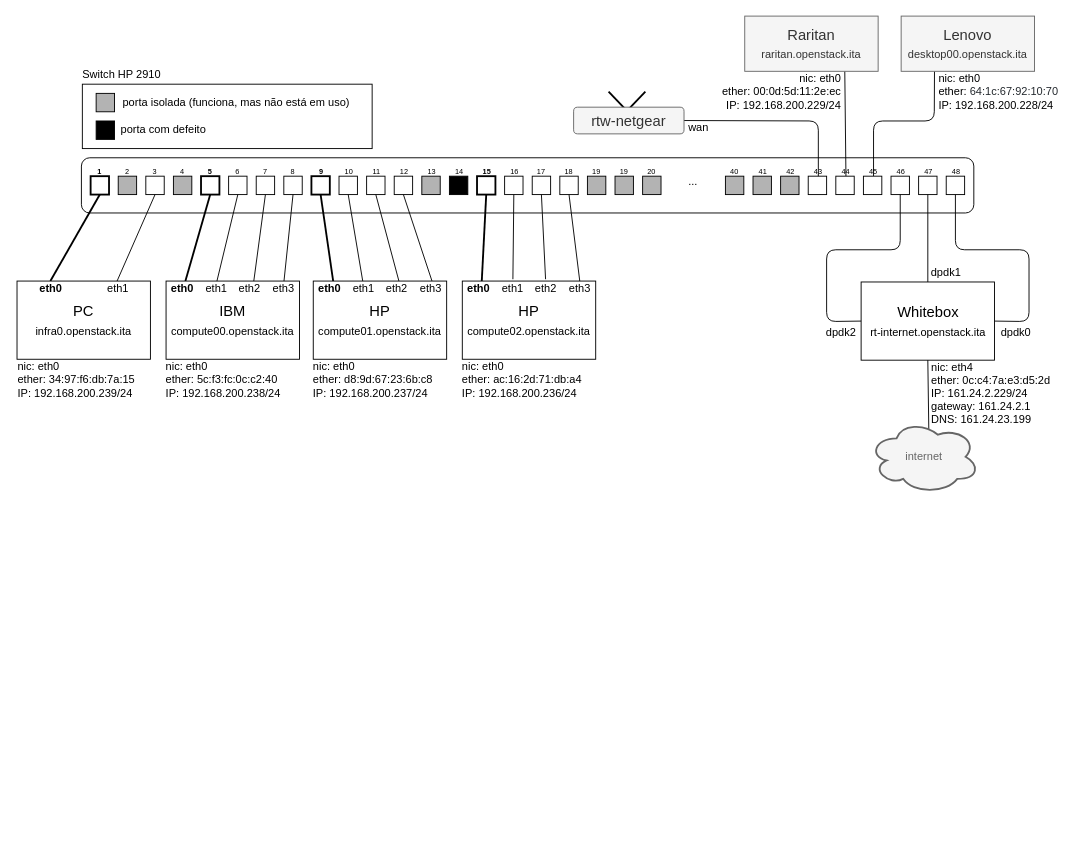
This is topology/Openstack_Cloud.drawio from emersonbarea/Openstack_Cloud, a draw.io file, before an edit. Source tidied: cells renumbered, new cells numbered last; positions are measured from the earlier drawing's top-left corner, leaving out a move shared by most shapes. Both pictures are drawn from the tidied source at 92%, with x=0, y=0 at pixel (16, 16).
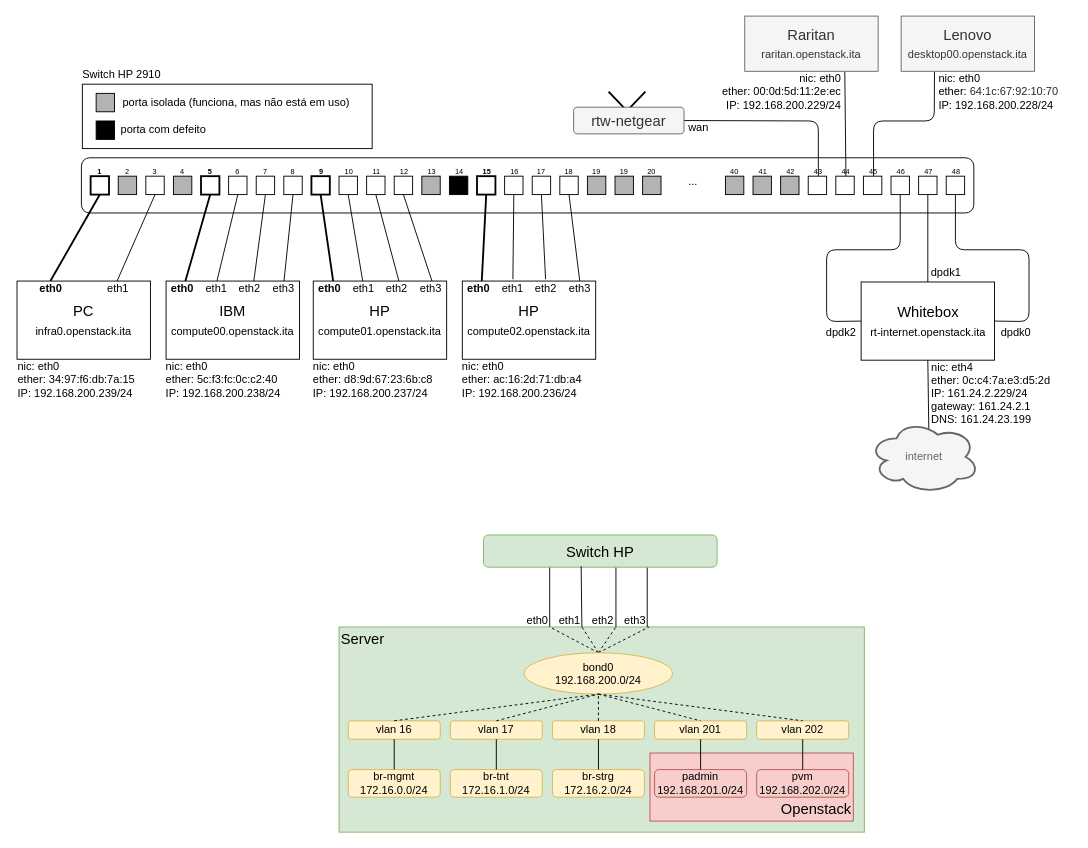
The same diagram, later.

What changed in the source:
```diff
@@
+    <mxCell id="128" style="rounded=0;whiteSpace=wrap;html=1;fontSize=16;fillColor=#d5e8d4;strokeColor=#82b366;" parent="1" vertex="1">
+      <mxGeometry x="351" y="664" width="571" height="223" as="geometry" />
+    </mxCell>
+    <mxCell id="129" value="eth1" style="text;html=1;strokeColor=none;fillColor=none;align=center;verticalAlign=middle;whiteSpace=wrap;rounded=0;fontSize=12;fontColor=#000000;" parent="1" vertex="1">
+      <mxGeometry x="582" y="647" width="40" height="20" as="geometry" />
+    </mxCell>
+    <mxCell id="130" value="eth0" style="text;html=1;strokeColor=none;fillColor=none;align=center;verticalAlign=middle;whiteSpace=wrap;rounded=0;fontSize=12;fontColor=#000000;fontStyle=0;" parent="1" vertex="1">
+      <mxGeometry x="547" y="647" width="40" height="20" as="geometry" />
+    </mxCell>
+    <mxCell id="131" value="eth2" style="text;html=1;strokeColor=none;fillColor=none;align=center;verticalAlign=middle;whiteSpace=wrap;rounded=0;fontSize=12;fontColor=#000000;" parent="1" vertex="1">
+      <mxGeometry x="618" y="647" width="40" height="20" as="geometry" />
+    </mxCell>
+    <mxCell id="132" value="eth3" style="text;html=1;strokeColor=none;fillColor=none;align=center;verticalAlign=middle;whiteSpace=wrap;rounded=0;fontSize=12;fontColor=#000000;" parent="1" vertex="1">
+      <mxGeometry x="653" y="647" width="40" height="20" as="geometry" />
+    </mxCell>
+    <mxCell id="133" style="endArrow=none;dashed=1;html=1;fontSize=16;exitX=0.5;exitY=0;exitDx=0;exitDy=0;" parent="1" edge="1" source="137">
+      <mxGeometry relative="1" as="geometry">
+        <mxPoint x="580" y="664" as="targetPoint" />
+      </mxGeometry>
+    </mxCell>
+    <mxCell id="134" style="endArrow=none;dashed=1;html=1;fontSize=16;exitX=0.5;exitY=0;exitDx=0;exitDy=0;" parent="1" edge="1" source="137">
+      <mxGeometry relative="1" as="geometry">
+        <mxPoint x="615" y="664" as="targetPoint" />
+      </mxGeometry>
+    </mxCell>
+    <mxCell id="135" style="endArrow=none;dashed=1;html=1;fontSize=16;exitX=0.5;exitY=0;exitDx=0;exitDy=0;" parent="1" edge="1" source="137">
+      <mxGeometry relative="1" as="geometry">
+        <mxPoint x="652" y="664" as="targetPoint" />
+      </mxGeometry>
+    </mxCell>
+    <mxCell id="136" style="endArrow=none;dashed=1;html=1;fontSize=16;exitX=0.5;exitY=0;exitDx=0;exitDy=0;" parent="1" edge="1" source="137">
+      <mxGeometry relative="1" as="geometry">
+        <mxPoint x="688" y="664" as="targetPoint" />
+      </mxGeometry>
+    </mxCell>
+    <mxCell id="137" value="bond0&lt;br&gt;192.168.200.0/24" style="ellipse;whiteSpace=wrap;html=1;fillColor=#fff2cc;strokeColor=#d6b656;" parent="1" vertex="1">
+      <mxGeometry x="552.2" y="692" width="161.5" height="45" as="geometry" />
+    </mxCell>
+    <mxCell id="138" style="endArrow=none;html=1;" parent="1" edge="1">
+      <mxGeometry relative="1" as="geometry">
+        <mxPoint x="580" y="664" as="sourcePoint" />
+        <mxPoint x="580" y="564" as="targetPoint" />
+      </mxGeometry>
+    </mxCell>
+    <mxCell id="139" style="endArrow=none;html=1;" parent="1" edge="1" source="150">
+      <mxGeometry relative="1" as="geometry">
+        <mxPoint x="615" y="564" as="targetPoint" />
+      </mxGeometry>
+    </mxCell>
+    <mxCell id="140" style="endArrow=none;html=1;" parent="1" edge="1">
+      <mxGeometry relative="1" as="geometry">
+        <mxPoint x="652" y="664" as="sourcePoint" />
+        <mxPoint x="652" y="564" as="targetPoint" />
+      </mxGeometry>
+    </mxCell>
+    <mxCell id="141" style="endArrow=none;html=1;" parent="1" edge="1">
+      <mxGeometry relative="1" as="geometry">
+        <mxPoint x="686" y="664" as="sourcePoint" />
+        <mxPoint x="686" y="564" as="targetPoint" />
+      </mxGeometry>
+    </mxCell>
+    <mxCell id="142" value="vlan 16" style="rounded=1;whiteSpace=wrap;html=1;fontSize=12;fillColor=#fff2cc;strokeColor=#d6b656;" parent="1" vertex="1">
+      <mxGeometry x="361" y="766" width="100" height="20" as="geometry" />
+    </mxCell>
+    <mxCell id="143" value="vlan 17" style="rounded=1;whiteSpace=wrap;html=1;fontSize=12;fillColor=#fff2cc;strokeColor=#d6b656;" parent="1" vertex="1">
+      <mxGeometry x="472" y="766" width="100" height="20" as="geometry" />
+    </mxCell>
+    <mxCell id="144" value="vlan 18" style="rounded=1;whiteSpace=wrap;html=1;fontSize=12;fillColor=#fff2cc;strokeColor=#d6b656;" parent="1" vertex="1">
+      <mxGeometry x="583" y="766" width="100" height="20" as="geometry" />
+    </mxCell>
+    <mxCell id="145" value="vlan 201" style="rounded=1;whiteSpace=wrap;html=1;fontSize=12;fillColor=#fff2cc;strokeColor=#d6b656;" parent="1" vertex="1">
+      <mxGeometry x="694" y="766" width="100" height="20" as="geometry" />
+    </mxCell>
+    <mxCell id="146" style="endArrow=none;dashed=1;html=1;fontSize=16;exitX=0.5;exitY=0;exitDx=0;exitDy=0;entryX=0.5;entryY=1;entryDx=0;entryDy=0;" parent="1" edge="1" source="142" target="137">
+      <mxGeometry relative="1" as="geometry" />
+    </mxCell>
+    <mxCell id="147" style="endArrow=none;dashed=1;html=1;fontSize=16;exitX=0.5;exitY=0;exitDx=0;exitDy=0;entryX=0.5;entryY=1;entryDx=0;entryDy=0;" parent="1" edge="1" source="143" target="137">
+      <mxGeometry relative="1" as="geometry" />
+    </mxCell>
+    <mxCell id="148" style="endArrow=none;dashed=1;html=1;fontSize=16;exitX=0.5;exitY=0;exitDx=0;exitDy=0;entryX=0.5;entryY=1;entryDx=0;entryDy=0;" parent="1" edge="1" source="144" target="137">
+      <mxGeometry relative="1" as="geometry" />
+    </mxCell>
+    <mxCell id="149" style="endArrow=none;dashed=1;html=1;fontSize=16;exitX=0.5;exitY=1;exitDx=0;exitDy=0;entryX=0.5;entryY=0;entryDx=0;entryDy=0;" parent="1" edge="1" source="137" target="145">
+      <mxGeometry relative="1" as="geometry" />
+    </mxCell>
+    <mxCell id="150" value="Switch HP" style="rounded=1;whiteSpace=wrap;html=1;fontSize=16;fillColor=#d5e8d4;strokeColor=#82b366;" parent="1" vertex="1">
+      <mxGeometry x="508" y="564" width="254" height="35" as="geometry" />
+    </mxCell>
+    <mxCell id="151" style="endArrow=none;html=1;entryX=0.418;entryY=0.971;entryDx=0;entryDy=0;entryPerimeter=0;" parent="1" edge="1" target="150">
+      <mxGeometry relative="1" as="geometry">
+        <mxPoint x="615" y="664" as="sourcePoint" />
+      </mxGeometry>
+    </mxCell>
+    <mxCell id="152" value="Server" style="text;html=1;strokeColor=none;fillColor=none;align=center;verticalAlign=middle;whiteSpace=wrap;rounded=0;fontSize=16;" parent="1" vertex="1">
+      <mxGeometry x="357" y="667" width="40" height="20" as="geometry" />
+    </mxCell>
+    <mxCell id="153" value="br-mgmt&lt;br&gt;172.16.0.0/24" style="rounded=1;whiteSpace=wrap;html=1;fontSize=12;fillColor=#fff2cc;strokeColor=#d6b656;" parent="1" vertex="1">
+      <mxGeometry x="361" y="819" width="100" height="30" as="geometry" />
+    </mxCell>
+    <mxCell id="154" value="br-tnt&lt;br&gt;172.16.1.0/24" style="rounded=1;whiteSpace=wrap;html=1;fontSize=12;fillColor=#fff2cc;strokeColor=#d6b656;" parent="1" vertex="1">
+      <mxGeometry x="472" y="819" width="100" height="30" as="geometry" />
+    </mxCell>
+    <mxCell id="155" value="vlan 202" style="rounded=1;whiteSpace=wrap;html=1;fontSize=12;fillColor=#fff2cc;strokeColor=#d6b656;" parent="1" vertex="1">
+      <mxGeometry x="805" y="766" width="100" height="20" as="geometry" />
+    </mxCell>
+    <mxCell id="156" style="endArrow=none;dashed=1;html=1;fontSize=16;exitX=0.5;exitY=1;exitDx=0;exitDy=0;entryX=0.5;entryY=0;entryDx=0;entryDy=0;" parent="1" edge="1" source="137" target="155">
+      <mxGeometry relative="1" as="geometry" />
+    </mxCell>
+    <mxCell id="157" value="br-strg&lt;br&gt;172.16.2.0/24" style="rounded=1;whiteSpace=wrap;html=1;fontSize=12;fillColor=#fff2cc;strokeColor=#d6b656;" parent="1" vertex="1">
+      <mxGeometry x="583" y="819" width="100" height="30" as="geometry" />
+    </mxCell>
+    <mxCell id="158" style="endArrow=none;html=1;fontSize=16;entryX=0.5;entryY=1;entryDx=0;entryDy=0;exitX=0.5;exitY=0;exitDx=0;exitDy=0;" parent="1" edge="1" source="153" target="142">
+      <mxGeometry relative="1" as="geometry" />
+    </mxCell>
+    <mxCell id="159" style="endArrow=none;html=1;fontSize=16;entryX=0.5;entryY=1;entryDx=0;entryDy=0;exitX=0.5;exitY=0;exitDx=0;exitDy=0;" parent="1" edge="1" source="154" target="143">
+      <mxGeometry relative="1" as="geometry" />
+    </mxCell>
+    <mxCell id="160" style="endArrow=none;html=1;fontSize=16;entryX=0.5;entryY=1;entryDx=0;entryDy=0;" parent="1" edge="1" source="157" target="144">
+      <mxGeometry relative="1" as="geometry" />
+    </mxCell>
+    <mxCell id="161" style="rounded=0;whiteSpace=wrap;html=1;fontSize=16;fillColor=#f8cecc;strokeColor=#b85450;" parent="1" vertex="1">
+      <mxGeometry x="689" y="801" width="221" height="74" as="geometry" />
+    </mxCell>
+    <mxCell id="162" value="padmin&lt;br&gt;192.168.201.0/24" style="rounded=1;whiteSpace=wrap;html=1;fontSize=12;fillColor=#f8cecc;strokeColor=#b85450;" parent="1" vertex="1">
+      <mxGeometry x="694" y="819" width="100" height="30" as="geometry" />
+    </mxCell>
+    <mxCell id="163" value="pvm&lt;br&gt;192.168.202.0/24" style="rounded=1;whiteSpace=wrap;html=1;fontSize=12;fillColor=#f8cecc;strokeColor=#b85450;" parent="1" vertex="1">
+      <mxGeometry x="805" y="819" width="100" height="30" as="geometry" />
+    </mxCell>
+    <mxCell id="164" value="Openstack" style="text;html=1;strokeColor=none;fillColor=none;align=center;verticalAlign=middle;whiteSpace=wrap;rounded=0;fontSize=16;" parent="1" vertex="1">
+      <mxGeometry x="850" y="852" width="40" height="20" as="geometry" />
+    </mxCell>
+    <mxCell id="165" style="endArrow=none;html=1;fontSize=16;entryX=0.5;entryY=1;entryDx=0;entryDy=0;" parent="1" edge="1" source="162" target="145">
+      <mxGeometry relative="1" as="geometry" />
+    </mxCell>
+    <mxCell id="166" style="endArrow=none;html=1;fontSize=16;entryX=0.5;entryY=1;entryDx=0;entryDy=0;exitX=0.5;exitY=0;exitDx=0;exitDy=0;" parent="1" edge="1" source="163" target="155">
+      <mxGeometry relative="1" as="geometry" />
+    </mxCell>
```
